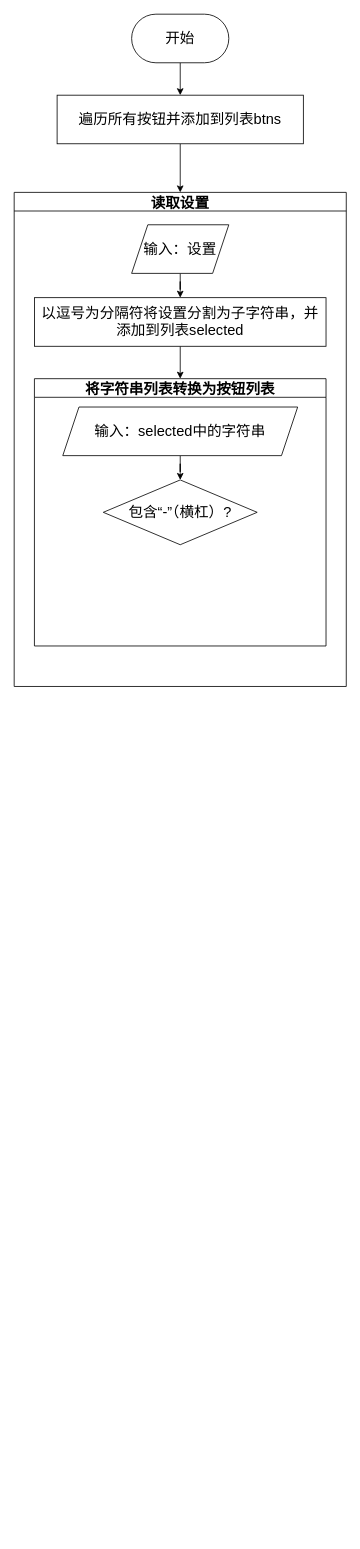
Earlier version of the draw.io diagram page "元素选择算法" (1 of 2) of 算法流程图.drawio (ShiningYangYXN/ElementPeriodTable). Source tidied: cells renumbered, new cells numbered last; positions are measured from the earlier drawing's top-left corner, leaving out a move shared by most shapes. Both pictures are drawn from the tidied source at 81%, with x=0, y=0 at pixel (14, 14).
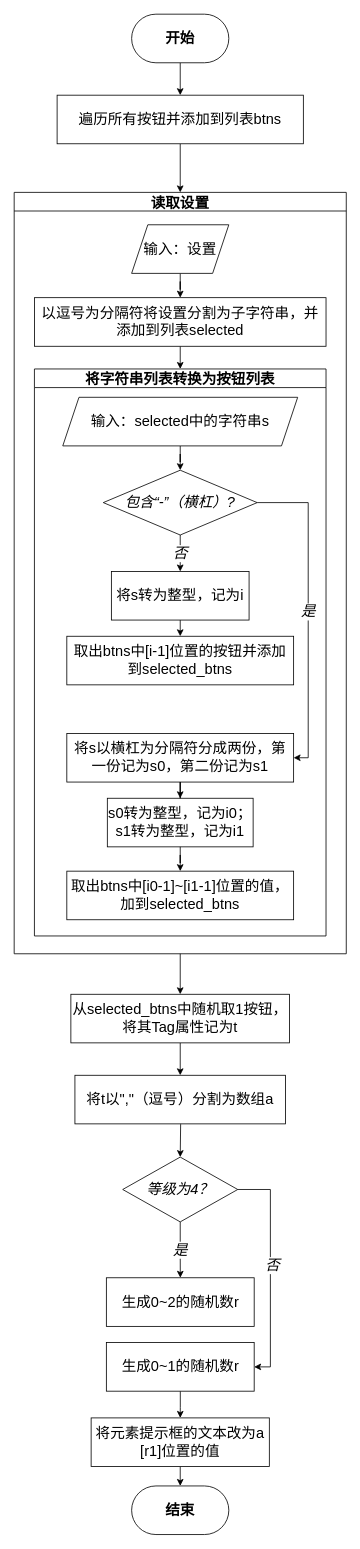
Above is the later version.

Commit message (it also covers changes not shown here):
更新算法流程图.drawio

What changed in the source:
```diff
@@
-    <mxCell id="3" value="开始" style="rounded=1;whiteSpace=wrap;html=1;arcSize=50;fontSize=18;" parent="1" vertex="1">
+    <mxCell id="3" value="开始" style="rounded=1;whiteSpace=wrap;html=1;arcSize=50;fontSize=18;fontStyle=1;" parent="1" vertex="1">
       <mxGeometry x="145" width="120" height="60" as="geometry" />
     </mxCell>
@@
+    <mxCell id="15" style="edgeStyle=orthogonalEdgeStyle;rounded=0;jettySize=auto;html=1;fontSize=18;exitX=0.5;exitY=1;exitDx=0;exitDy=0;" parent="1" edge="1" target="30">
+      <mxGeometry relative="1" as="geometry">
+        <mxPoint x="205" y="1330" as="sourcePoint" />
+      </mxGeometry>
+    </mxCell>
+    <mxCell id="16" style="edgeStyle=orthogonalEdgeStyle;rounded=0;jettySize=auto;html=1;exitX=0.5;exitY=1;exitDx=0;exitDy=0;entryX=0.5;entryY=0;entryDx=0;entryDy=0;fontSize=18;" parent="1" edge="1" source="6" target="33">
+      <mxGeometry relative="1" as="geometry" />
+    </mxCell>
     <mxCell id="6" value="读取设置" style="swimlane;fontSize=18;" parent="1" vertex="1">
-      <mxGeometry y="220" width="410" height="610" as="geometry" />
+      <mxGeometry y="220" width="410" height="940" as="geometry" />
     </mxCell>
@@
     <mxCell id="11" value="将字符串列表转换为按钮列表" style="swimlane;fontSize=18;" parent="6" vertex="1">
-      <mxGeometry x="25" y="230" width="360" height="330" as="geometry" />
+      <mxGeometry x="25" y="218" width="360" height="700" as="geometry" />
     </mxCell>
@@
-    <mxCell id="13" value="输入：selected中的字符串" style="shape=parallelogram;perimeter=parallelogramPerimeter;whiteSpace=wrap;html=1;fixedSize=1;fontSize=18;" parent="11" vertex="1">
+    <mxCell id="13" value="输入：selected中的字符串s" style="shape=parallelogram;perimeter=parallelogramPerimeter;whiteSpace=wrap;html=1;fixedSize=1;fontSize=18;" parent="11" vertex="1">
       <mxGeometry x="35" y="35" width="290" height="60" as="geometry" />
     </mxCell>
-    <mxCell id="14" value="包含“-”（横杠）?" style="rhombus;whiteSpace=wrap;html=1;fontSize=18;" parent="11" vertex="1">
+    <mxCell id="14" value="包含“-”（横杠）?" style="rhombus;whiteSpace=wrap;html=1;fontSize=18;fontStyle=2;" parent="11" vertex="1">
       <mxGeometry x="85" y="125" width="190" height="80" as="geometry" />
     </mxCell>
+    <mxCell id="17" value="取出btns中[i-1]位置的按钮并添加到selected_btns" style="whiteSpace=wrap;html=1;fontSize=18;" parent="11" vertex="1">
+      <mxGeometry x="40" y="330" width="280" height="60" as="geometry" />
+    </mxCell>
+    <mxCell id="18" value="否" style="edgeStyle=orthogonalEdgeStyle;rounded=0;jettySize=auto;html=1;fontSize=18;entryX=0.5;entryY=0;entryDx=0;entryDy=0;fontStyle=2;" parent="11" edge="1" source="14" target="20">
+      <mxGeometry relative="1" as="geometry" />
+    </mxCell>
+    <mxCell id="19" style="edgeStyle=orthogonalEdgeStyle;rounded=0;jettySize=auto;html=1;exitX=0.5;exitY=1;exitDx=0;exitDy=0;entryX=0.5;entryY=0;entryDx=0;entryDy=0;fontSize=18;" parent="11" edge="1" source="20" target="17">
+      <mxGeometry relative="1" as="geometry" />
+    </mxCell>
+    <mxCell id="20" value="将s转为整型，记为i" style="rounded=0;whiteSpace=wrap;html=1;fontSize=18;" parent="11" vertex="1">
+      <mxGeometry x="95" y="250" width="170" height="60" as="geometry" />
+    </mxCell>
+    <mxCell id="21" value="将s以横杠为分隔符分成两份，第一份记为s0，第二份记为s1" style="rounded=0;whiteSpace=wrap;html=1;fontSize=18;" parent="11" vertex="1">
+      <mxGeometry x="40" y="450" width="280" height="60" as="geometry" />
+    </mxCell>
+    <mxCell id="22" value="是" style="edgeStyle=orthogonalEdgeStyle;rounded=0;jettySize=auto;html=1;exitX=1;exitY=0.5;exitDx=0;exitDy=0;fontSize=18;entryX=1;entryY=0.5;entryDx=0;entryDy=0;fontStyle=2;" parent="11" edge="1" source="14" target="21">
+      <mxGeometry relative="1" as="geometry">
+        <Array as="points">
+          <mxPoint x="338" y="165" />
+          <mxPoint x="338" y="480" />
+        </Array>
+      </mxGeometry>
+    </mxCell>
+    <mxCell id="23" value="s0转为整型，记为i0；s1转为整型，记为i1" style="whiteSpace=wrap;html=1;fontSize=18;rounded=0;" parent="11" vertex="1">
+      <mxGeometry x="90" y="530" width="180" height="60" as="geometry" />
+    </mxCell>
+    <mxCell id="24" style="edgeStyle=orthogonalEdgeStyle;rounded=0;jettySize=auto;html=1;fontSize=18;" parent="11" edge="1" source="21" target="23">
+      <mxGeometry relative="1" as="geometry" />
+    </mxCell>
+    <mxCell id="25" value="取出btns中[i0-1]~[i1-1]位置的值，加到selected_btns" style="whiteSpace=wrap;html=1;fontSize=18;rounded=0;" parent="11" vertex="1">
+      <mxGeometry x="40" y="620" width="280" height="60" as="geometry" />
+    </mxCell>
+    <mxCell id="26" style="edgeStyle=orthogonalEdgeStyle;rounded=0;jettySize=auto;html=1;fontSize=18;" parent="11" edge="1" source="23" target="25">
+      <mxGeometry relative="1" as="geometry" />
+    </mxCell>
+    <mxCell id="27" value="是" style="edgeStyle=orthogonalEdgeStyle;rounded=0;jettySize=auto;html=1;fontSize=18;fontStyle=2;" parent="1" edge="1" source="30" target="31">
+      <mxGeometry relative="1" as="geometry" />
+    </mxCell>
+    <mxCell id="28" style="edgeStyle=orthogonalEdgeStyle;rounded=0;jettySize=auto;html=1;exitX=1;exitY=0.5;exitDx=0;exitDy=0;entryX=1;entryY=0.5;entryDx=0;entryDy=0;fontSize=18;" parent="1" edge="1" source="30" target="36">
+      <mxGeometry relative="1" as="geometry" />
+    </mxCell>
+    <mxCell id="29" value="否" style="edgeLabel;html=1;align=center;verticalAlign=middle;fontSize=18;fontStyle=2;" parent="28" vertex="1">
+      <mxGeometry x="-0.04" y="2" relative="1" as="geometry" />
+    </mxCell>
+    <mxCell id="30" value="等级为4？" style="rhombus;whiteSpace=wrap;html=1;fontSize=18;fontStyle=2;startSize=23;" parent="1" vertex="1">
+      <mxGeometry x="134" y="1411" width="142" height="80" as="geometry" />
+    </mxCell>
+    <mxCell id="31" value="生成0~2的随机数r" style="whiteSpace=wrap;html=1;fontSize=18;fontStyle=0;startSize=23;" parent="1" vertex="1">
+      <mxGeometry x="113.8" y="1560" width="182.5" height="60" as="geometry" />
+    </mxCell>
+    <mxCell id="32" style="edgeStyle=orthogonalEdgeStyle;rounded=0;jettySize=auto;html=1;fontSize=18;" parent="1" edge="1" source="33" target="34">
+      <mxGeometry relative="1" as="geometry" />
+    </mxCell>
+    <mxCell id="33" value="从selected_btns中随机取1按钮，将其Tag属性记为t" style="rounded=0;whiteSpace=wrap;html=1;fontSize=18;" parent="1" vertex="1">
+      <mxGeometry x="70" y="1210" width="270" height="60" as="geometry" />
+    </mxCell>
+    <mxCell id="34" value="将t以&quot;,&quot;（逗号）分割为数组a" style="whiteSpace=wrap;html=1;fontSize=18;rounded=0;" parent="1" vertex="1">
+      <mxGeometry x="75" y="1310" width="260" height="60" as="geometry" />
+    </mxCell>
+    <mxCell id="35" style="edgeStyle=orthogonalEdgeStyle;rounded=0;jettySize=auto;html=1;fontSize=18;" parent="1" edge="1" source="36" target="38">
+      <mxGeometry relative="1" as="geometry" />
+    </mxCell>
+    <mxCell id="36" value="生成0~1的随机数r" style="whiteSpace=wrap;html=1;fontSize=18;fontStyle=0;startSize=23;" parent="1" vertex="1">
+      <mxGeometry x="113.8" y="1640" width="182.5" height="60" as="geometry" />
+    </mxCell>
+    <mxCell id="37" style="edgeStyle=orthogonalEdgeStyle;rounded=0;jettySize=auto;html=1;exitX=0.5;exitY=1;exitDx=0;exitDy=0;entryX=0.5;entryY=0;entryDx=0;entryDy=0;fontSize=18;" parent="1" edge="1" source="38" target="39">
+      <mxGeometry relative="1" as="geometry" />
+    </mxCell>
+    <mxCell id="38" value="将元素提示框的文本改为a [r1]位置的值" style="whiteSpace=wrap;html=1;fontSize=18;fontStyle=0;startSize=23;" parent="1" vertex="1">
+      <mxGeometry x="95" y="1733" width="220" height="60" as="geometry" />
+    </mxCell>
+    <mxCell id="39" value="结束" style="rounded=1;whiteSpace=wrap;html=1;fontSize=18;arcSize=50;fontStyle=1;" parent="1" vertex="1">
+      <mxGeometry x="145" y="1817" width="120" height="60" as="geometry" />
+    </mxCell>
```
